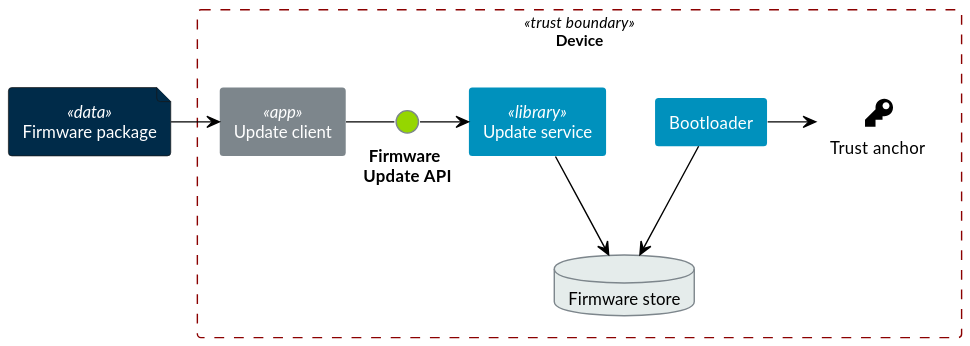
The PlantUML diagram doc/fwu/figure/arch/trusted-client.svg in ARM-software/psa-api, before a commit. Its source is kept beside it as doc/fwu/figure/arch/trusted-client.puml.
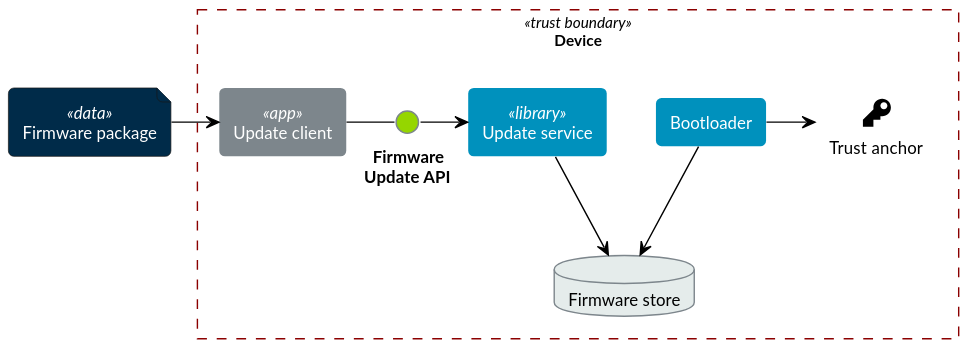
The same diagram one commit later.

What changed in the source:
```diff
@@ -13,11 +13,11 @@
 
 dfd_tb($label = "Device") {
     rectangle "Update client" <<app>> as client #ArmMidGray
-    interface "**  Firmware**\n**Update API**" as api  #ArmGreen
+    interface "  **Firmware**\n**Update API**" as api  #ArmGreen
     rectangle "Update service" <<library>> as service #ArmMidBlue
     database "Firmware store" as store #ArmLightGray
     rectangle "Bootloader" as bootloader #ArmMidBlue
-    label "<size:30>    <&key>\nTrust anchor" as anchor
+    label "<size:30>   <&key>\nTrust anchor" as anchor
 }
 
 firmware -> client
```
